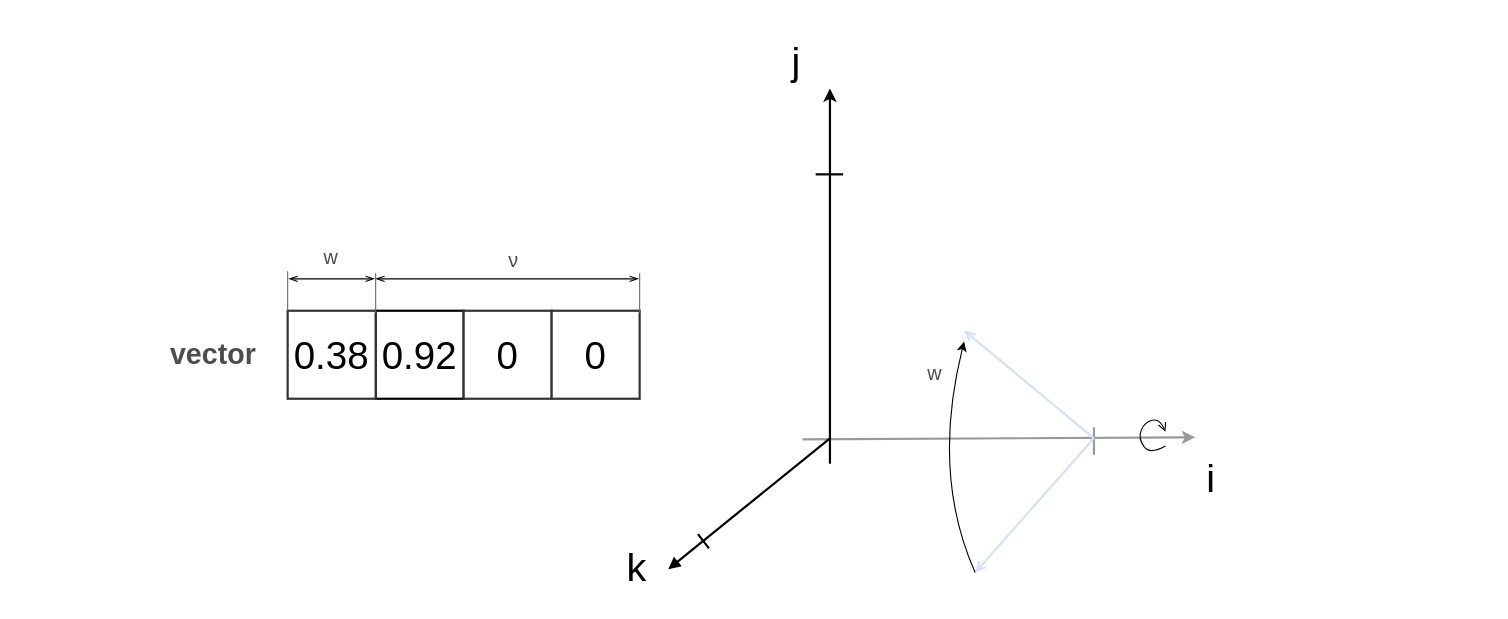
This is page "3dQuat" (17 of 17) of doc/img/MathModels.drawio from Wandalen/wMathModels, a draw.io file, before an edit. Source tidied: cells renumbered, new cells numbered last; positions are measured from the earlier drawing's top-left corner, leaving out a move shared by most shapes. Both pictures are drawn from the tidied source at 110%, with x=0, y=0 at pixel (19, 19).
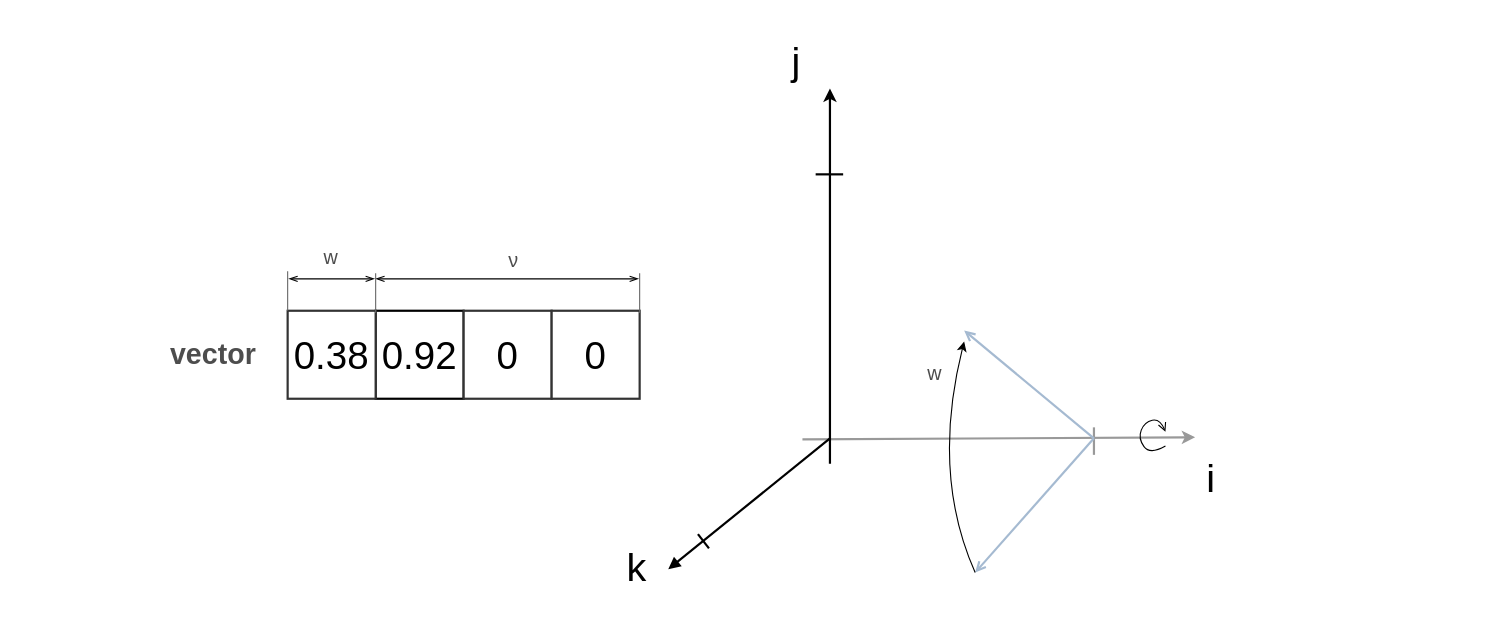
The same diagram, later.

What changed in the source:
```diff
@@
-    <mxCell id="23" style="endArrow=open;html=1;strokeColor=#D4E1F5;strokeWidth=2;endFill=0;" parent="1" edge="1">
+    <mxCell id="23" style="endArrow=open;html=1;strokeColor=#A5BAD1;strokeWidth=2;endFill=0;" parent="1" edge="1">
       <mxGeometry relative="1" as="geometry">
         <mxPoint x="977" y="381" as="sourcePoint" />
         <mxPoint x="869" y="503" as="targetPoint" />
       </mxGeometry>
     </mxCell>
-    <mxCell id="24" style="endArrow=open;html=1;strokeColor=#D4E1F5;strokeWidth=2;endFill=0;" parent="1" edge="1">
+    <mxCell id="24" style="endArrow=open;html=1;strokeColor=#A5BAD1;strokeWidth=2;endFill=0;" parent="1" edge="1">
       <mxGeometry relative="1" as="geometry">
         <mxPoint x="977" y="381" as="sourcePoint" />
         <mxPoint x="859" y="283" as="targetPoint" />
       </mxGeometry>
     </mxCell>
```
